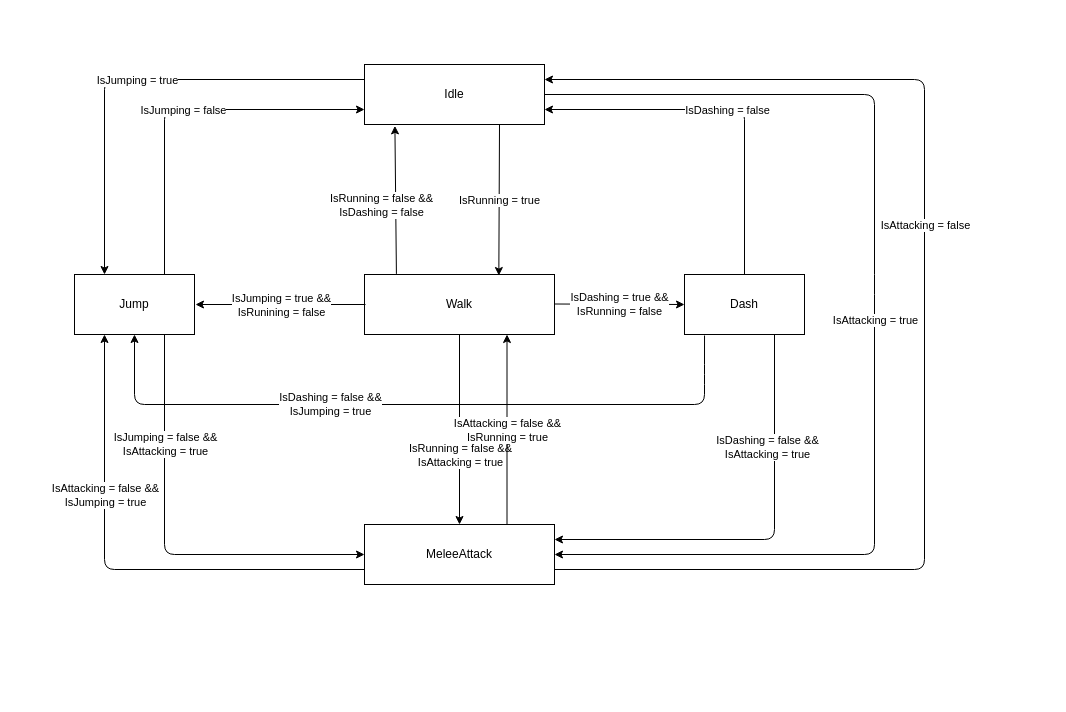
Above: Assets/Resources/PlayerStateTransitionDiagram.drawio in tai-engineer/SuperMarioClone (draw.io), before the change. Source tidied: cells renumbered, new cells numbered last; positions are measured from the earlier drawing's top-left corner, leaving out a move shared by most shapes. Both pictures are drawn from the tidied source at 100%, with x=0, y=0 at pixel (74, 64).
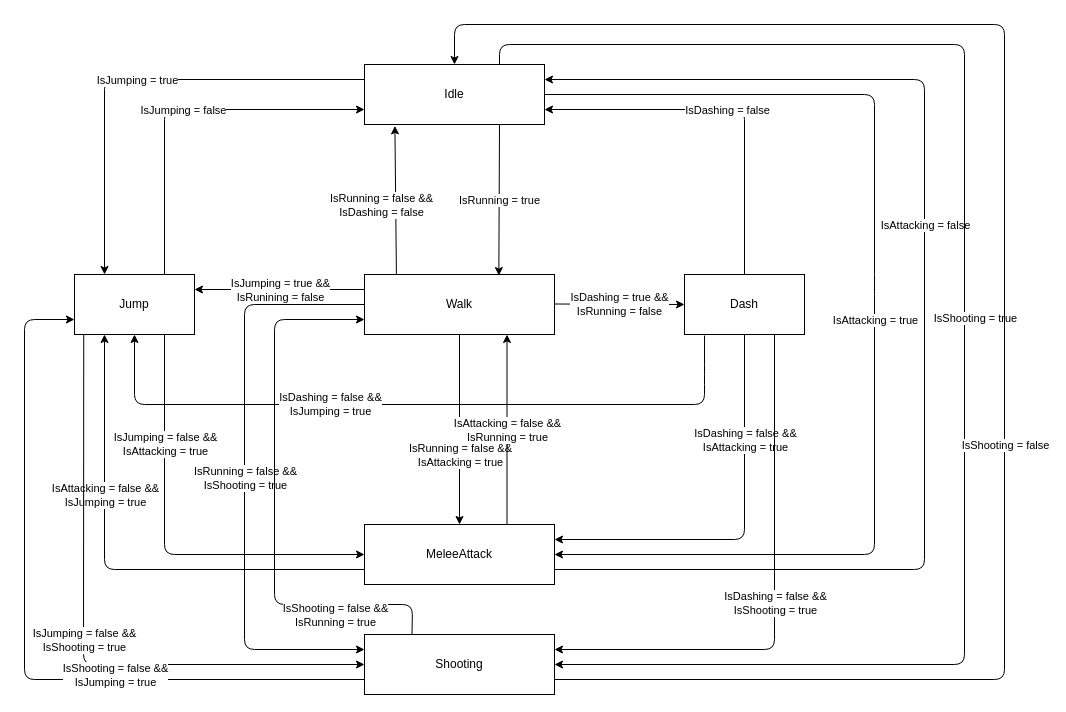
The same diagram, later.

The change refers to these unchanged cells:
```xml
<mxCell id="2" value="Walk" style="rounded=0;whiteSpace=wrap;html=1;" parent="1" vertex="1">
  <mxGeometry x="290" y="210" width="190" height="60" as="geometry" />
</mxCell>
<mxCell id="3" value="Idle" style="rounded=0;whiteSpace=wrap;html=1;" parent="1" vertex="1">
  <mxGeometry x="290" width="180" height="60" as="geometry" />
</mxCell>
<mxCell id="4" value="Jump" style="rounded=0;whiteSpace=wrap;html=1;" parent="1" vertex="1">
  <mxGeometry y="210" width="120" height="60" as="geometry" />
</mxCell>
<mxCell id="5" value="Dash" style="rounded=0;whiteSpace=wrap;html=1;" parent="1" vertex="1">
  <mxGeometry x="610" y="210" width="120" height="60" as="geometry" />
</mxCell>
<mxCell id="6" value="MeleeAttack" style="rounded=0;whiteSpace=wrap;html=1;" parent="1" vertex="1">
  <mxGeometry x="290" y="460" width="190" height="60" as="geometry" />
</mxCell>
```

The edit, as a diff of the source:
```diff
@@
-    <mxCell id="20" style="endArrow=classic;html=1;exitX=0;exitY=0.5;exitDx=0;exitDy=0;entryX=1;entryY=0.5;entryDx=0;entryDy=0;" parent="1" edge="1">
-      <mxGeometry relative="1" as="geometry">
-        <mxPoint x="291" y="240" as="sourcePoint" />
-        <mxPoint x="121" y="240" as="targetPoint" />
-      </mxGeometry>
+    <mxCell id="20" style="endArrow=classic;html=1;exitX=0;exitY=0.25;exitDx=0;exitDy=0;entryX=1;entryY=0.25;entryDx=0;entryDy=0;" parent="1" edge="1" source="2" target="4">
+      <mxGeometry relative="1" as="geometry" />
     </mxCell>
@@
-    <mxCell id="28" style="endArrow=classic;html=1;exitX=0.75;exitY=1;exitDx=0;exitDy=0;entryX=1;entryY=0.25;entryDx=0;entryDy=0;" parent="1" edge="1" source="5" target="6">
+    <mxCell id="28" style="endArrow=classic;html=1;exitX=0.5;exitY=1;exitDx=0;exitDy=0;entryX=1;entryY=0.25;entryDx=0;entryDy=0;" parent="1" edge="1" source="5" target="6">
       <mxGeometry relative="1" as="geometry">
         <Array as="points">
-          <mxPoint x="700" y="475" />
+          <mxPoint x="670" y="475" />
         </Array>
       </mxGeometry>
     </mxCell>
@@
+    <mxCell id="36" value="Shooting" style="rounded=0;whiteSpace=wrap;html=1;" parent="1" vertex="1">
+      <mxGeometry x="290" y="570" width="190" height="60" as="geometry" />
+    </mxCell>
+    <mxCell id="37" style="endArrow=classic;html=1;exitX=0.75;exitY=1;exitDx=0;exitDy=0;entryX=1;entryY=0.25;entryDx=0;entryDy=0;" parent="1" edge="1" source="5" target="36">
+      <mxGeometry relative="1" as="geometry">
+        <Array as="points">
+          <mxPoint x="700" y="585" />
+        </Array>
+      </mxGeometry>
+    </mxCell>
+    <mxCell id="38" value="IsDashing = false &amp;amp;&amp;amp;&lt;br&gt;IsShooting = true" style="edgeLabel;html=1;align=center;verticalAlign=middle;" parent="37" vertex="1">
+      <mxGeometry relative="1" as="geometry" />
+    </mxCell>
+    <mxCell id="39" style="endArrow=classic;html=1;exitX=0;exitY=0.5;exitDx=0;exitDy=0;entryX=0;entryY=0.25;entryDx=0;entryDy=0;" parent="1" edge="1" source="2" target="36">
+      <mxGeometry relative="1" as="geometry">
+        <Array as="points">
+          <mxPoint x="170" y="240" />
+          <mxPoint x="170" y="585" />
+        </Array>
+      </mxGeometry>
+    </mxCell>
+    <mxCell id="40" value="IsRunning = false &amp;amp;&amp;amp;&lt;br&gt;IsShooting = true" style="edgeLabel;html=1;align=center;verticalAlign=middle;" parent="39" vertex="1">
+      <mxGeometry relative="1" as="geometry" />
+    </mxCell>
+    <mxCell id="41" style="endArrow=classic;html=1;exitX=0.077;exitY=0.99;exitDx=0;exitDy=0;exitPerimeter=0;entryX=0;entryY=0.5;entryDx=0;entryDy=0;" parent="1" edge="1" source="4" target="36">
+      <mxGeometry relative="1" as="geometry">
+        <Array as="points">
+          <mxPoint x="9" y="600" />
+        </Array>
+      </mxGeometry>
+    </mxCell>
+    <mxCell id="42" value="IsJumping = false &amp;amp;&amp;amp;&lt;br&gt;IsShooting = true" style="edgeLabel;html=1;align=center;verticalAlign=middle;" parent="41" vertex="1">
+      <mxGeometry relative="1" as="geometry" />
+    </mxCell>
+    <mxCell id="43" style="endArrow=classic;html=1;exitX=0.75;exitY=0;exitDx=0;exitDy=0;entryX=1;entryY=0.5;entryDx=0;entryDy=0;" parent="1" edge="1" source="3" target="36">
+      <mxGeometry relative="1" as="geometry">
+        <Array as="points">
+          <mxPoint x="425" y="-20" />
+          <mxPoint x="890" y="-20" />
+          <mxPoint x="890" y="600" />
+        </Array>
+      </mxGeometry>
+    </mxCell>
+    <mxCell id="44" value="IsShooting = true" style="edgeLabel;html=1;align=center;verticalAlign=middle;" parent="43" vertex="1">
+      <mxGeometry relative="1" as="geometry">
+        <mxPoint x="10" as="offset" />
+      </mxGeometry>
+    </mxCell>
+    <mxCell id="45" style="endArrow=classic;html=1;exitX=1;exitY=0.75;exitDx=0;exitDy=0;entryX=0.5;entryY=0;entryDx=0;entryDy=0;" parent="1" edge="1" source="36" target="3">
+      <mxGeometry relative="1" as="geometry">
+        <Array as="points">
+          <mxPoint x="930" y="615" />
+          <mxPoint x="930" y="-40" />
+          <mxPoint x="380" y="-40" />
+        </Array>
+      </mxGeometry>
+    </mxCell>
+    <mxCell id="46" value="IsShooting = false" style="edgeLabel;html=1;align=center;verticalAlign=middle;" parent="45" vertex="1">
+      <mxGeometry relative="1" as="geometry">
+        <mxPoint y="163" as="offset" />
+      </mxGeometry>
+    </mxCell>
+    <mxCell id="47" style="endArrow=classic;html=1;exitX=0;exitY=0.75;exitDx=0;exitDy=0;entryX=0;entryY=0.75;entryDx=0;entryDy=0;" parent="1" edge="1" source="36" target="4">
+      <mxGeometry relative="1" as="geometry">
+        <Array as="points">
+          <mxPoint x="-50" y="615" />
+          <mxPoint x="-50" y="255" />
+        </Array>
+      </mxGeometry>
+    </mxCell>
+    <mxCell id="48" value="IsShooting = false &amp;amp;&amp;amp;&lt;br&gt;IsJumping = true" style="edgeLabel;html=1;align=center;verticalAlign=middle;" parent="47" vertex="1">
+      <mxGeometry relative="1" as="geometry">
+        <mxPoint x="90" y="30" as="offset" />
+      </mxGeometry>
+    </mxCell>
+    <mxCell id="49" style="endArrow=classic;html=1;exitX=0.25;exitY=0;exitDx=0;exitDy=0;entryX=0;entryY=0.75;entryDx=0;entryDy=0;" parent="1" edge="1" source="36" target="2">
+      <mxGeometry relative="1" as="geometry">
+        <Array as="points">
+          <mxPoint x="338" y="540" />
+          <mxPoint x="200" y="540" />
+          <mxPoint x="200" y="255" />
+        </Array>
+      </mxGeometry>
+    </mxCell>
+    <mxCell id="50" value="IsShooting = false &amp;amp;&amp;amp;&lt;br&gt;IsRunning = true" style="edgeLabel;html=1;align=center;verticalAlign=middle;" parent="49" vertex="1">
+      <mxGeometry relative="1" as="geometry">
+        <mxPoint x="60" y="114" as="offset" />
+      </mxGeometry>
+    </mxCell>
```
